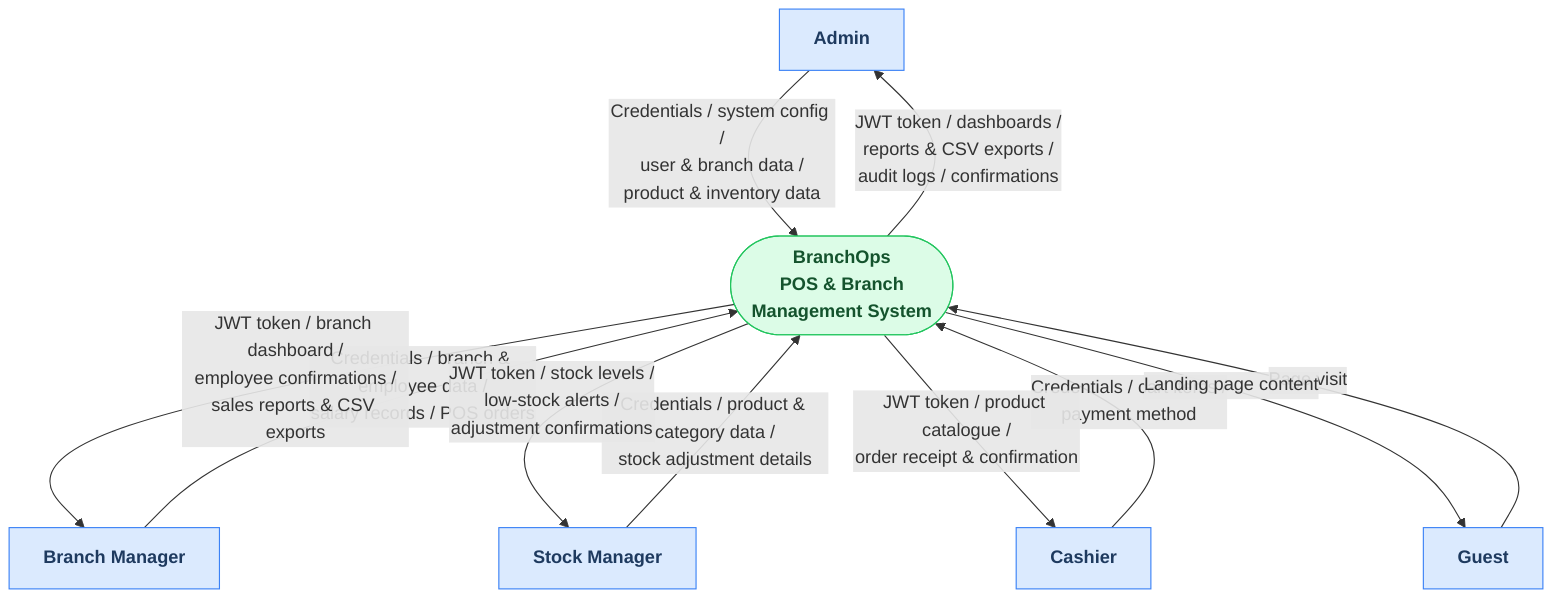
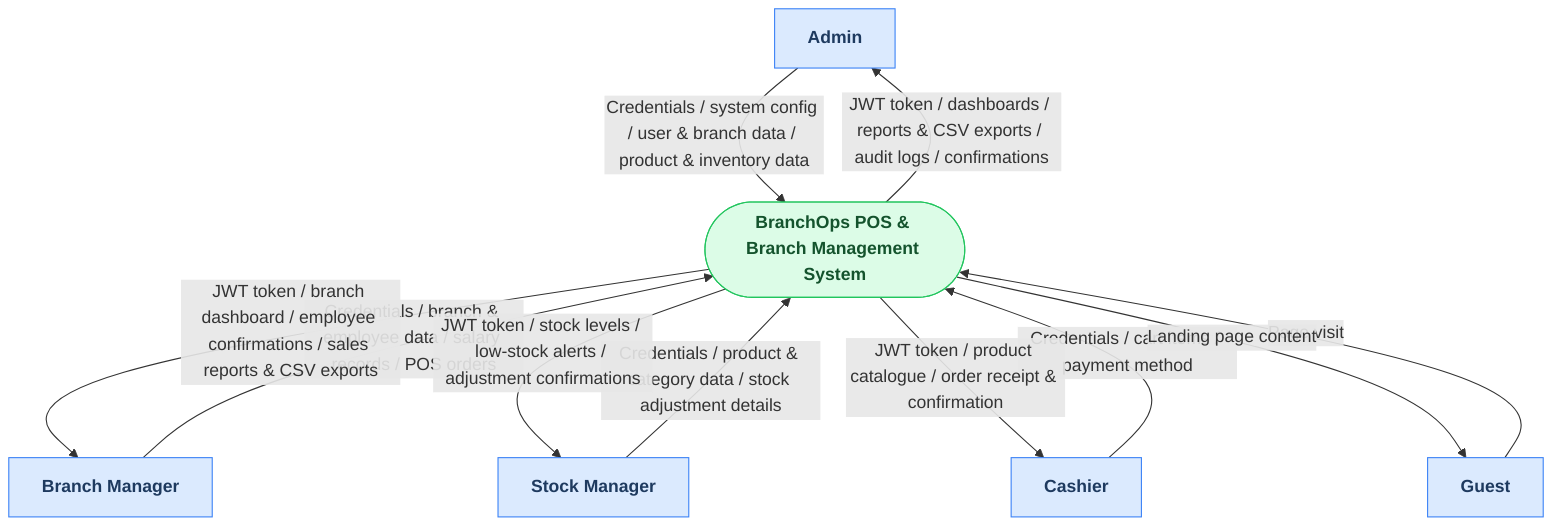
flowchart TD
    %% ── External Entities ─────────────────────────────────────────────────────
    Admin["Admin"]
    BM["Branch Manager"]
    SM["Stock Manager"]
    CA["Cashier"]
    GU["Guest"]

    %% ── System (Level-0 Process) ──────────────────────────────────────────────
-     SYS(["BranchOps\nPOS & Branch\nManagement System"])
+     SYS(["BranchOps POS & Branch Management System"])

    %% ── Admin ─────────────────────────────────────────────────────────────────
-     Admin -->|"Credentials / system config /\nuser & branch data /\nproduct & inventory data"| SYS
-     SYS   -->|"JWT token / dashboards /\nreports & CSV exports /\naudit logs / confirmations"| Admin
+     Admin -->|"Credentials / system config / user & branch data / product & inventory data"| SYS
+     SYS   -->|"JWT token / dashboards / reports & CSV exports / audit logs / confirmations"| Admin

    %% ── Branch Manager ────────────────────────────────────────────────────────
-     BM  -->|"Credentials / branch & employee data /\nsalary records / POS orders"| SYS
-     SYS -->|"JWT token / branch dashboard /\nemployee confirmations /\nsales reports & CSV exports"| BM
+     BM  -->|"Credentials / branch & employee data / salary records / POS orders"| SYS
+     SYS -->|"JWT token / branch dashboard / employee confirmations / sales reports & CSV exports"| BM

    %% ── Stock Manager ─────────────────────────────────────────────────────────
-     SM  -->|"Credentials / product & category data /\nstock adjustment details"| SYS
-     SYS -->|"JWT token / stock levels /\nlow-stock alerts /\nadjustment confirmations"| SM
+     SM  -->|"Credentials / product & category data / stock adjustment details"| SYS
+     SYS -->|"JWT token / stock levels / low-stock alerts / adjustment confirmations"| SM

    %% ── Cashier ───────────────────────────────────────────────────────────────
-     CA  -->|"Credentials / cart items /\npayment method"| SYS
-     SYS -->|"JWT token / product catalogue /\norder receipt & confirmation"| CA
+     CA  -->|"Credentials / cart items / payment method"| SYS
+     SYS -->|"JWT token / product catalogue / order receipt & confirmation"| CA

    %% ── Guest ─────────────────────────────────────────────────────────────────
    GU  -->|"Page visit"| SYS
    SYS -->|"Landing page content"| GU

    %% ── Styling ───────────────────────────────────────────────────────────────
    classDef entity fill:#dbeafe,stroke:#3b82f6,color:#1e3a5f,font-weight:bold
    classDef system fill:#dcfce7,stroke:#22c55e,color:#14532d,font-weight:bold,font-size:16px

    class Admin,BM,SM,CA,GU entity
    class SYS system